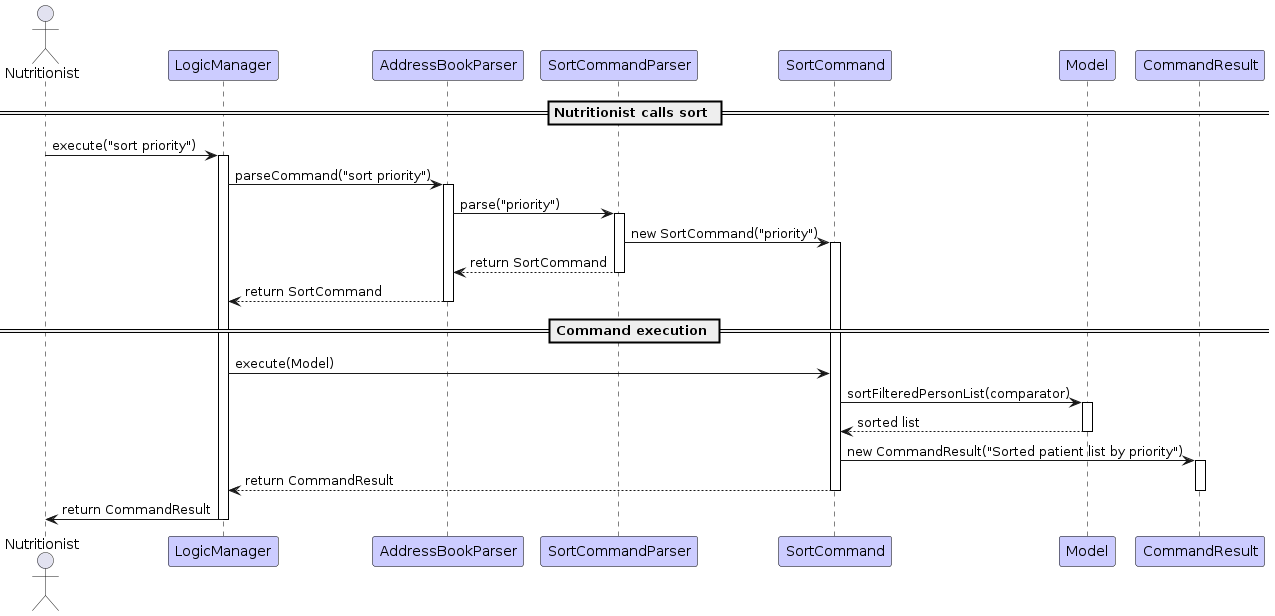
Earlier version of the PlantUML export diagrams/SortCommandSequenceDiagram.png (NoahKoh/tp). Its source is kept beside it as diagrams/SortCommandSequenceDiagram.puml.
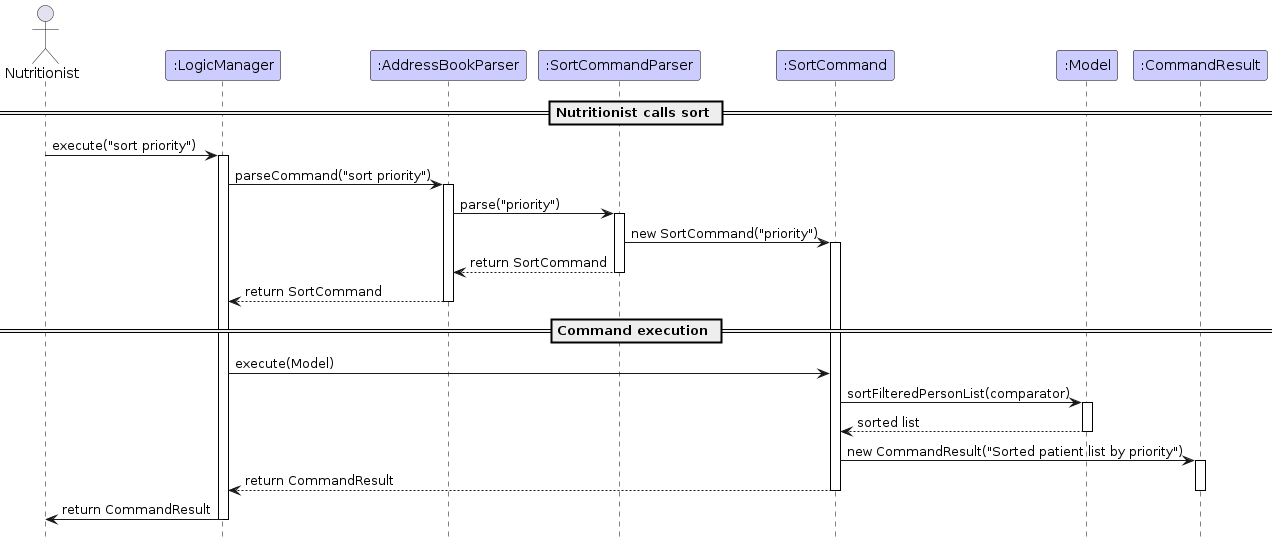
After the change.

Diff of the diagram source:
```diff
@@ -13,12 +13,12 @@
 }
 
 actor Nutritionist
-participant LogicManager
-participant AddressBookParser
-participant SortCommandParser
-participant SortCommand
-participant Model
-participant CommandResult
+participant ":LogicManager" as LogicManager
+participant ":AddressBookParser" as AddressBookParser
+participant ":SortCommandParser" as SortCommandParser
+participant ":SortCommand" as SortCommand
+participant ":Model" as Model
+participant ":CommandResult" as CommandResult
 
 == Nutritionist calls sort ==
 Nutritionist -> LogicManager : execute("sort priority")
@@ -54,4 +54,6 @@
 
 LogicManager -> Nutritionist : return CommandResult
 deactivate LogicManager
+
+hide footbox
 @enduml
```
